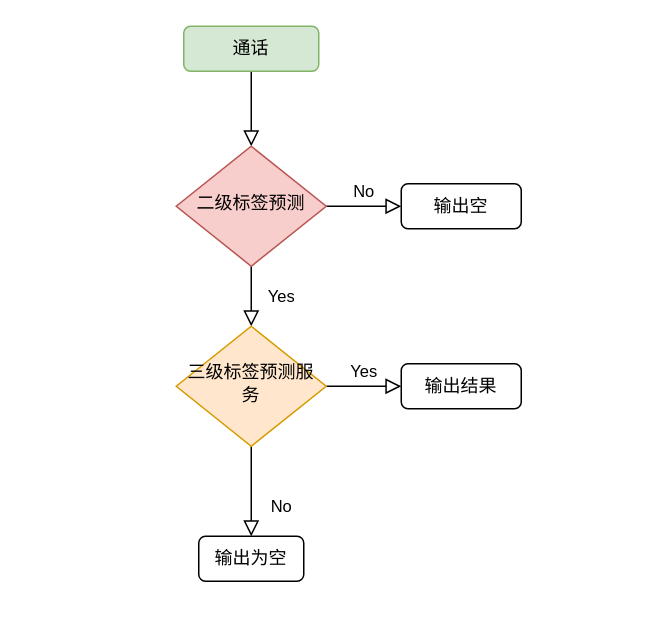
Earlier version of the draw.io diagram nlp/KYC.drawio (MMMLMF/notes). Source tidied: cells renumbered, new cells numbered last; positions are measured from the earlier drawing's top-left corner, leaving out a move shared by most shapes. Both pictures are drawn from the tidied source at 150%, with x=0, y=0 at pixel (176, 26).
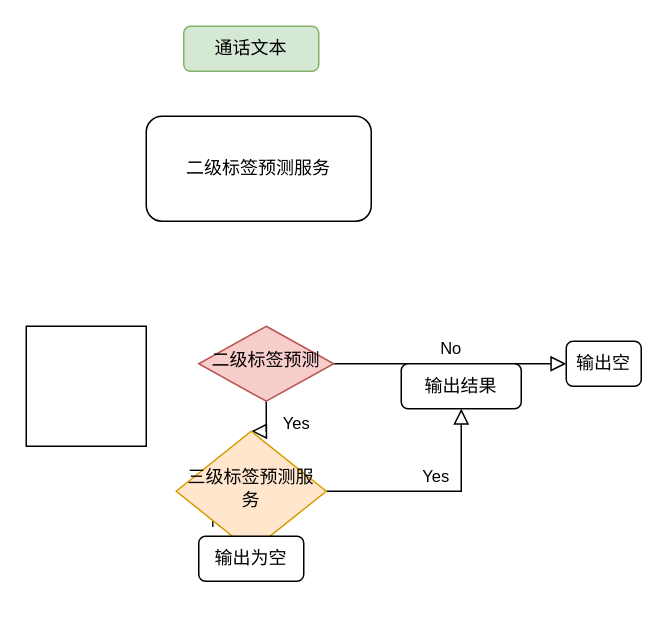
The same diagram, later.

What changed in the source:
```diff
@@
 <mxGraphModel>
   <root>
     <mxCell id="0" />
     <mxCell id="1" parent="0" />
-    <mxCell id="2" style="rounded=0;html=1;jettySize=auto;fontSize=11;endArrow=block;endFill=0;endSize=8;strokeWidth=1;shadow=0;labelBackgroundColor=none;edgeStyle=orthogonalEdgeStyle;" parent="1" edge="1" source="3" target="6">
-      <mxGeometry relative="1" as="geometry" />
-    </mxCell>
+    <mxCell id="13" value="二级标签预测服务" style="rounded=1;whiteSpace=wrap;html=1;fillColor=none;" parent="1" vertex="1">
+      <mxGeometry x="-20" y="60" width="150" height="70" as="geometry" />
+    </mxCell>
-    <mxCell id="3" value="通话" style="rounded=1;whiteSpace=wrap;html=1;fontSize=12;glass=0;strokeWidth=1;shadow=0;fillColor=#d5e8d4;strokeColor=#82b366;" parent="1" vertex="1">
+    <mxCell id="3" value="通话文本" style="rounded=1;whiteSpace=wrap;html=1;fontSize=12;glass=0;strokeWidth=1;shadow=0;fillColor=#d5e8d4;strokeColor=#82b366;" parent="1" vertex="1">
       <mxGeometry x="5" width="90" height="30" as="geometry" />
     </mxCell>
     <mxCell id="4" value="Yes" style="rounded=0;html=1;jettySize=auto;fontSize=11;endArrow=block;endFill=0;endSize=8;strokeWidth=1;shadow=0;labelBackgroundColor=none;edgeStyle=orthogonalEdgeStyle;" parent="1" edge="1" source="6" target="10">
       <mxGeometry y="20" relative="1" as="geometry" />
     </mxCell>
     <mxCell id="5" value="No" style="edgeStyle=orthogonalEdgeStyle;rounded=0;html=1;jettySize=auto;fontSize=11;endArrow=block;endFill=0;endSize=8;strokeWidth=1;shadow=0;labelBackgroundColor=none;" parent="1" edge="1" source="6" target="7">
       <mxGeometry y="10" relative="1" as="geometry" />
     </mxCell>
     <mxCell id="6" value="二级标签预测" style="rhombus;whiteSpace=wrap;html=1;shadow=0;fontFamily=Helvetica;fontSize=12;align=center;strokeWidth=1;spacing=6;spacingTop=-4;fillColor=#f8cecc;strokeColor=#b85450;" parent="1" vertex="1">
-      <mxGeometry y="80" width="100" height="80" as="geometry" />
+      <mxGeometry x="15" y="200" width="90" height="50" as="geometry" />
     </mxCell>
     <mxCell id="7" value="输出空" style="rounded=1;whiteSpace=wrap;html=1;fontSize=12;glass=0;strokeWidth=1;shadow=0;" parent="1" vertex="1">
-      <mxGeometry x="150" y="105" width="80" height="30" as="geometry" />
+      <mxGeometry x="260" y="210" width="50" height="30" as="geometry" />
     </mxCell>
     <mxCell id="8" value="No" style="rounded=0;html=1;jettySize=auto;fontSize=11;endArrow=block;endFill=0;endSize=8;strokeWidth=1;shadow=0;labelBackgroundColor=none;edgeStyle=orthogonalEdgeStyle;" parent="1" edge="1" source="10" target="11">
       <mxGeometry x="0.33" y="20" relative="1" as="geometry" />
     </mxCell>
     <mxCell id="9" value="Yes" style="edgeStyle=orthogonalEdgeStyle;rounded=0;html=1;jettySize=auto;fontSize=11;endArrow=block;endFill=0;endSize=8;strokeWidth=1;shadow=0;labelBackgroundColor=none;" parent="1" edge="1" source="10" target="12">
       <mxGeometry y="10" relative="1" as="geometry" />
     </mxCell>
     <mxCell id="10" value="三级标签预测服务" style="rhombus;whiteSpace=wrap;html=1;shadow=0;fontFamily=Helvetica;fontSize=12;align=center;strokeWidth=1;spacing=6;spacingTop=-4;fillColor=#ffe6cc;strokeColor=#d79b00;" parent="1" vertex="1">
-      <mxGeometry y="200" width="100" height="80" as="geometry" />
+      <mxGeometry y="270" width="100" height="80" as="geometry" />
     </mxCell>
     <mxCell id="11" value="输出为空" style="rounded=1;whiteSpace=wrap;html=1;fontSize=12;glass=0;strokeWidth=1;shadow=0;" parent="1" vertex="1">
       <mxGeometry x="15" y="340" width="70" height="30" as="geometry" />
     </mxCell>
     <mxCell id="12" value="输出结果" style="rounded=1;whiteSpace=wrap;html=1;fontSize=12;glass=0;strokeWidth=1;shadow=0;" parent="1" vertex="1">
       <mxGeometry x="150" y="225" width="80" height="30" as="geometry" />
     </mxCell>
+    <mxCell id="14" style="whiteSpace=wrap;html=1;" parent="1" vertex="1">
+      <mxGeometry x="-100" y="200" width="80" height="80" as="geometry" />
+    </mxCell>
   </root>
 </mxGraphModel>
```
